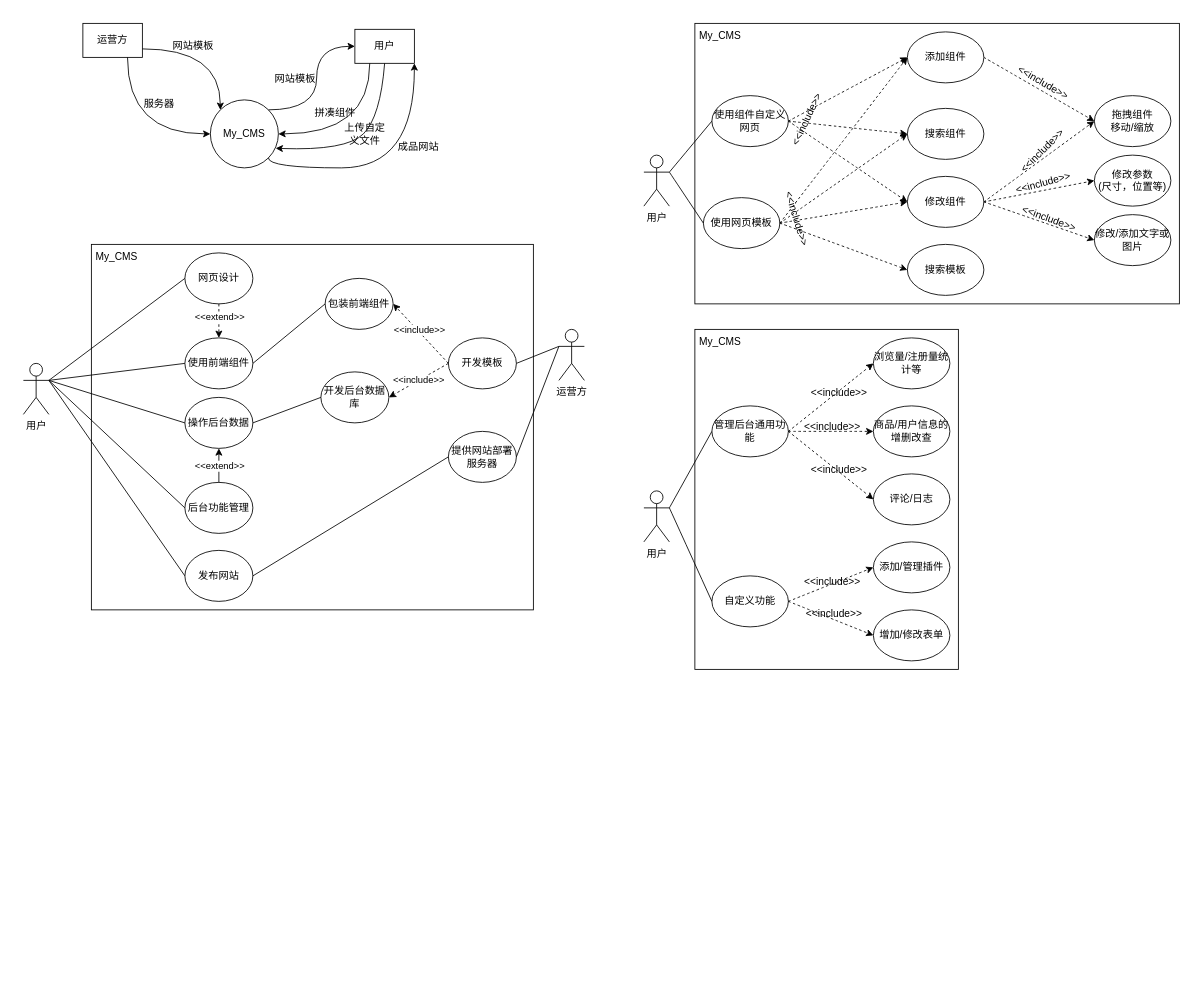
Above: page "Page-5" (5 of 6) of map/Untitled Diagram.drawio in Boching-bot/Sundries (draw.io), before the change. Source tidied: cells renumbered, new cells numbered last; positions are measured from the earlier drawing's top-left corner, leaving out a move shared by most shapes. Both pictures are drawn from the tidied source at 85%, with x=0, y=0 at pixel (14, 14).
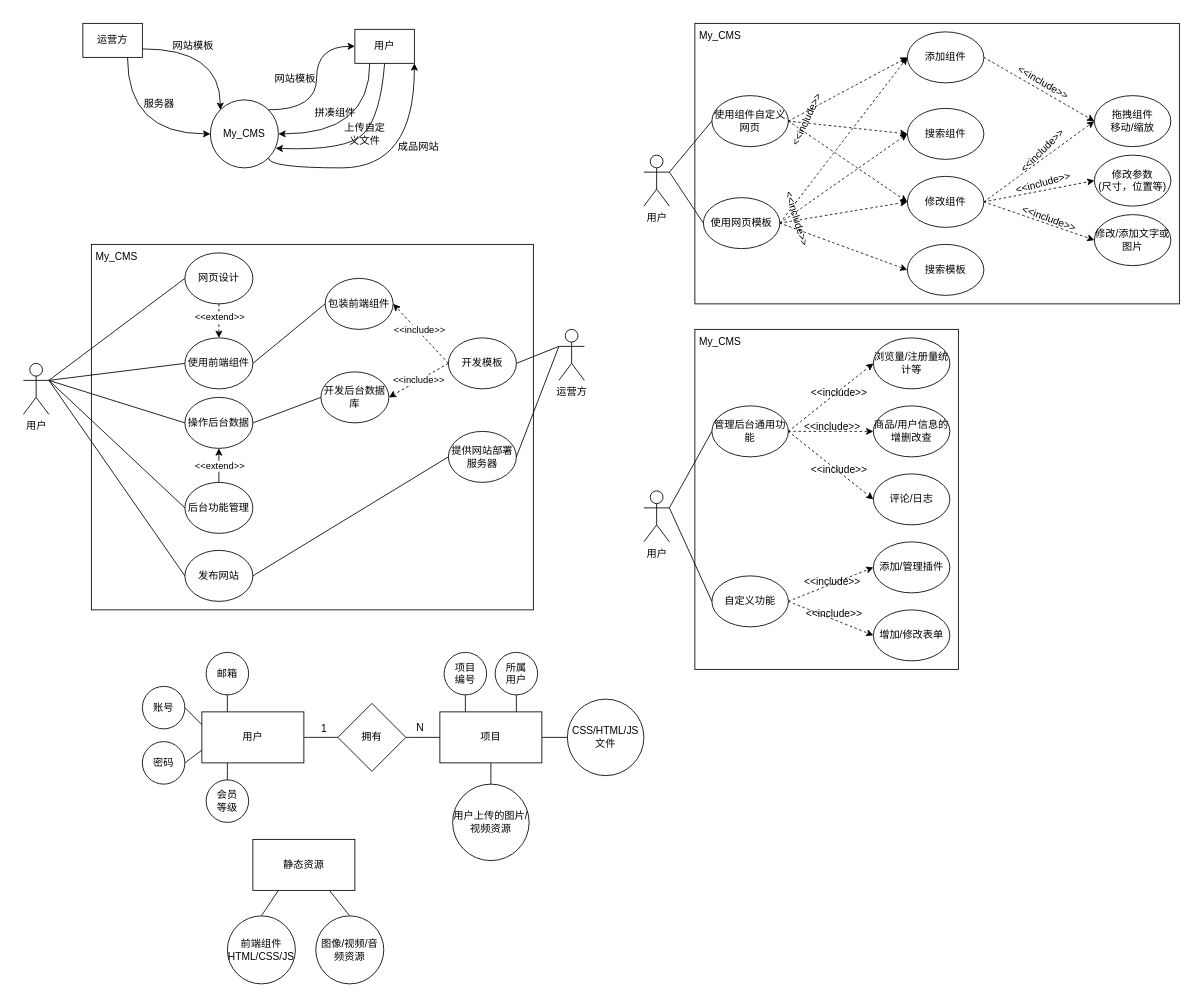
After the change.

Diff of the diagram source:
```diff
@@
+    <mxCell id="106" value="用户" style="rounded=0;whiteSpace=wrap;html=1;strokeColor=default;" parent="1" vertex="1">
+      <mxGeometry x="220" y="820" width="120" height="60" as="geometry" />
+    </mxCell>
+    <mxCell id="107" value="项目" style="rounded=0;whiteSpace=wrap;html=1;strokeColor=default;" parent="1" vertex="1">
+      <mxGeometry x="500" y="820" width="120" height="60" as="geometry" />
+    </mxCell>
+    <mxCell id="108" value="拥有" style="rhombus;whiteSpace=wrap;html=1;strokeColor=default;" parent="1" vertex="1">
+      <mxGeometry x="380" y="810" width="80" height="80" as="geometry" />
+    </mxCell>
+    <mxCell id="109" style="endArrow=none;html=1;rounded=0;curved=1;exitX=1;exitY=0.5;exitDx=0;exitDy=0;entryX=0;entryY=0.5;entryDx=0;entryDy=0;" parent="1" edge="1" source="106" target="108">
+      <mxGeometry relative="1" as="geometry" />
+    </mxCell>
+    <mxCell id="110" style="endArrow=none;html=1;rounded=0;curved=1;exitX=1;exitY=0.5;exitDx=0;exitDy=0;" parent="1" edge="1" source="108" target="107">
+      <mxGeometry relative="1" as="geometry" />
+    </mxCell>
+    <mxCell id="111" value="1" style="text;html=1;strokeColor=none;fillColor=none;align=center;verticalAlign=middle;whiteSpace=wrap;rounded=0;" parent="1" vertex="1">
+      <mxGeometry x="334" y="825" width="60" height="30" as="geometry" />
+    </mxCell>
+    <mxCell id="112" value="N" style="text;html=1;strokeColor=none;fillColor=none;align=center;verticalAlign=middle;whiteSpace=wrap;rounded=0;" parent="1" vertex="1">
+      <mxGeometry x="447" y="824" width="60" height="30" as="geometry" />
+    </mxCell>
+    <mxCell id="113" value="账号" style="ellipse;whiteSpace=wrap;html=1;strokeColor=default;" parent="1" vertex="1">
+      <mxGeometry x="150" y="790" width="50" height="50" as="geometry" />
+    </mxCell>
+    <mxCell id="114" value="密码" style="ellipse;whiteSpace=wrap;html=1;strokeColor=default;" parent="1" vertex="1">
+      <mxGeometry x="150" y="855" width="50" height="50" as="geometry" />
+    </mxCell>
+    <mxCell id="115" value="邮箱" style="ellipse;whiteSpace=wrap;html=1;strokeColor=default;" parent="1" vertex="1">
+      <mxGeometry x="225" y="750" width="50" height="50" as="geometry" />
+    </mxCell>
+    <mxCell id="116" value="会员&lt;br&gt;等级" style="ellipse;whiteSpace=wrap;html=1;strokeColor=default;" parent="1" vertex="1">
+      <mxGeometry x="225" y="900" width="50" height="50" as="geometry" />
+    </mxCell>
+    <mxCell id="117" value="项目&lt;br&gt;编号" style="ellipse;whiteSpace=wrap;html=1;strokeColor=default;" parent="1" vertex="1">
+      <mxGeometry x="505" y="750" width="50" height="50" as="geometry" />
+    </mxCell>
+    <mxCell id="118" value="所属&lt;br&gt;用户" style="ellipse;whiteSpace=wrap;html=1;strokeColor=default;" parent="1" vertex="1">
+      <mxGeometry x="565" y="750" width="50" height="50" as="geometry" />
+    </mxCell>
+    <mxCell id="119" style="endArrow=none;html=1;rounded=0;curved=1;exitX=0.25;exitY=0;exitDx=0;exitDy=0;entryX=0.5;entryY=1;entryDx=0;entryDy=0;" parent="1" edge="1" source="107" target="117">
+      <mxGeometry relative="1" as="geometry" />
+    </mxCell>
+    <mxCell id="120" style="endArrow=none;html=1;rounded=0;curved=1;entryX=0.5;entryY=1;entryDx=0;entryDy=0;exitX=0.75;exitY=0;exitDx=0;exitDy=0;" parent="1" edge="1" source="107" target="118">
+      <mxGeometry relative="1" as="geometry" />
+    </mxCell>
+    <mxCell id="121" style="endArrow=none;html=1;rounded=0;curved=1;entryX=0.5;entryY=1;entryDx=0;entryDy=0;exitX=0.25;exitY=0;exitDx=0;exitDy=0;" parent="1" edge="1" source="106" target="115">
+      <mxGeometry relative="1" as="geometry" />
+    </mxCell>
+    <mxCell id="122" style="endArrow=none;html=1;rounded=0;curved=1;exitX=0.5;exitY=0;exitDx=0;exitDy=0;entryX=0.25;entryY=1;entryDx=0;entryDy=0;" parent="1" edge="1" source="116" target="106">
+      <mxGeometry relative="1" as="geometry" />
+    </mxCell>
+    <mxCell id="123" style="endArrow=none;html=1;rounded=0;curved=1;exitX=1;exitY=0.5;exitDx=0;exitDy=0;entryX=0;entryY=0.75;entryDx=0;entryDy=0;" parent="1" edge="1" source="114" target="106">
+      <mxGeometry relative="1" as="geometry" />
+    </mxCell>
+    <mxCell id="124" style="endArrow=none;html=1;rounded=0;curved=1;exitX=1;exitY=0.5;exitDx=0;exitDy=0;entryX=0;entryY=0.25;entryDx=0;entryDy=0;" parent="1" edge="1" source="113" target="106">
+      <mxGeometry relative="1" as="geometry" />
+    </mxCell>
+    <mxCell id="125" value="CSS/HTML/JS&lt;br&gt;文件" style="ellipse;whiteSpace=wrap;html=1;strokeColor=default;" parent="1" vertex="1">
+      <mxGeometry x="650" y="805" width="90" height="90" as="geometry" />
+    </mxCell>
+    <mxCell id="126" style="endArrow=none;html=1;rounded=0;curved=1;entryX=0;entryY=0.5;entryDx=0;entryDy=0;exitX=1;exitY=0.5;exitDx=0;exitDy=0;" parent="1" edge="1" source="107" target="125">
+      <mxGeometry relative="1" as="geometry" />
+    </mxCell>
+    <mxCell id="127" value="用户上传的图片/视频资源" style="ellipse;whiteSpace=wrap;html=1;strokeColor=default;" parent="1" vertex="1">
+      <mxGeometry x="515" y="905" width="90" height="90" as="geometry" />
+    </mxCell>
+    <mxCell id="128" style="endArrow=none;html=1;rounded=0;curved=1;entryX=0.5;entryY=1;entryDx=0;entryDy=0;exitX=0.5;exitY=0;exitDx=0;exitDy=0;" parent="1" edge="1" source="127" target="107">
+      <mxGeometry relative="1" as="geometry" />
+    </mxCell>
+    <mxCell id="129" value="静态资源" style="rounded=0;whiteSpace=wrap;html=1;strokeColor=default;" parent="1" vertex="1">
+      <mxGeometry x="280" y="970" width="120" height="60" as="geometry" />
+    </mxCell>
+    <mxCell id="130" value="前端组件&lt;br&gt;HTML/CSS/JS" style="ellipse;whiteSpace=wrap;html=1;strokeColor=default;" parent="1" vertex="1">
+      <mxGeometry x="250" y="1060" width="80" height="80" as="geometry" />
+    </mxCell>
+    <mxCell id="131" value="图像/视频/音频资源" style="ellipse;whiteSpace=wrap;html=1;strokeColor=default;" parent="1" vertex="1">
+      <mxGeometry x="354" y="1060" width="80" height="80" as="geometry" />
+    </mxCell>
+    <mxCell id="132" style="endArrow=none;html=1;rounded=0;curved=1;exitX=0.5;exitY=0;exitDx=0;exitDy=0;entryX=0.25;entryY=1;entryDx=0;entryDy=0;" parent="1" edge="1" source="130" target="129">
+      <mxGeometry relative="1" as="geometry" />
+    </mxCell>
+    <mxCell id="133" style="endArrow=none;html=1;rounded=0;curved=1;exitX=0.5;exitY=0;exitDx=0;exitDy=0;entryX=0.75;entryY=1;entryDx=0;entryDy=0;" parent="1" edge="1" source="131" target="129">
+      <mxGeometry relative="1" as="geometry" />
+    </mxCell>
```
